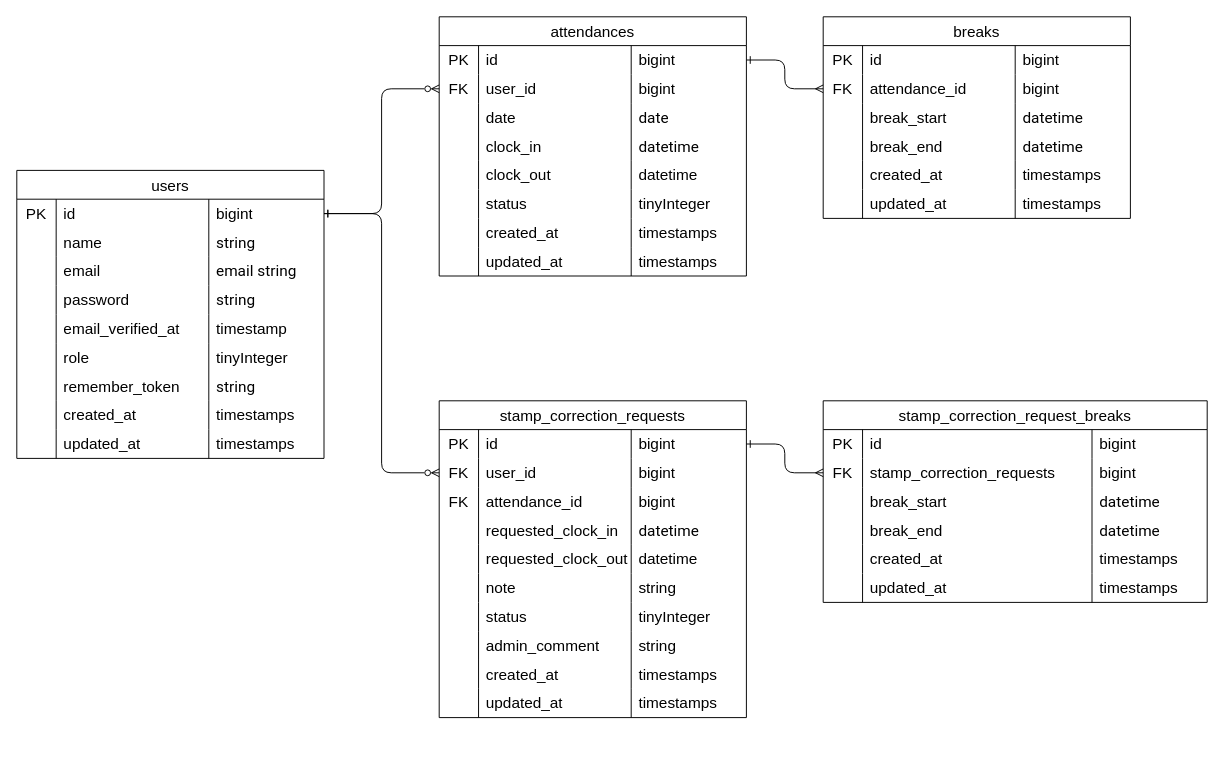
Above: .dio in sub-law/mock-project-02-mock-check (draw.io), before the change. Source tidied: cells renumbered, new cells numbered last; positions are measured from the earlier drawing's top-left corner, leaving out a move shared by most shapes. Both pictures are drawn from the tidied source at 96%, with x=0, y=0 at pixel (16, 16).
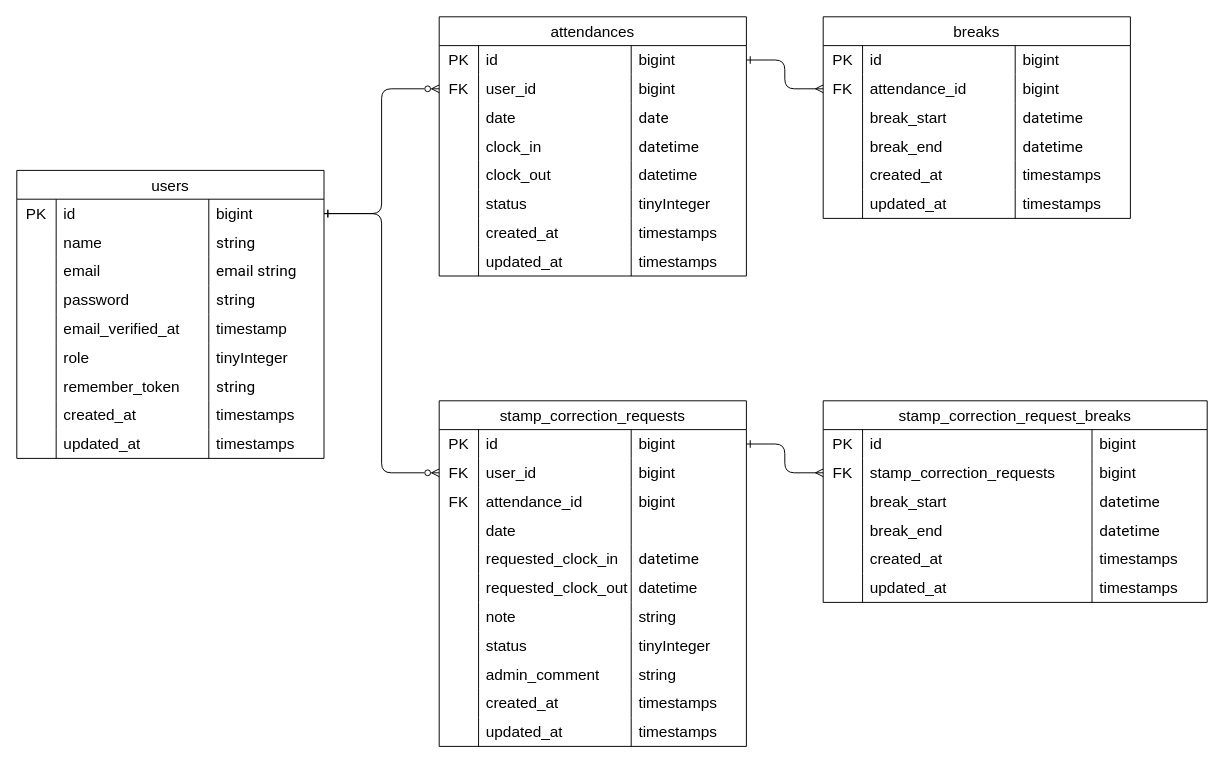
The same page after the edit.

What changed in the source:
```diff
@@
     <mxCell id="72" value="stamp_correction_requests" style="shape=table;startSize=30;childLayout=tableLayout;rowLines=0;fontStyle=0;strokeColor=default;fontSize=16;" parent="1" vertex="1">
-      <mxGeometry x="440" y="400" width="320" height="330" as="geometry" />
+      <mxGeometry x="440" y="400" width="320" height="360" as="geometry" />
     </mxCell>
@@
+    <mxCell id="167" style="shape=tableRow;horizontal=0;startSize=0;swimlaneHead=0;swimlaneBody=0;top=0;left=0;bottom=0;right=0;fillColor=none;strokeColor=inherit;fontSize=16;" parent="72" vertex="1">
+      <mxGeometry y="120" width="320" height="30" as="geometry" />
+    </mxCell>
+    <mxCell id="168" style="shape=partialRectangle;html=1;whiteSpace=wrap;fillColor=none;top=0;left=0;bottom=0;right=0;overflow=hidden;strokeColor=inherit;fontSize=16;" parent="167" vertex="1">
+      <mxGeometry width="41" height="30" as="geometry" />
+    </mxCell>
+    <mxCell id="169" value="&lt;span style=&quot;color: rgb(0, 0, 0);&quot;&gt;date&lt;/span&gt;" style="shape=partialRectangle;html=1;whiteSpace=wrap;fillColor=none;top=0;left=0;bottom=0;right=0;align=left;spacingLeft=6;overflow=hidden;strokeColor=inherit;fontSize=16;" parent="167" vertex="1">
+      <mxGeometry x="41" width="159" height="30" as="geometry" />
+    </mxCell>
+    <mxCell id="170" style="shape=partialRectangle;html=1;whiteSpace=wrap;fillColor=none;top=0;left=0;bottom=0;right=0;align=left;spacingLeft=6;overflow=hidden;strokeColor=inherit;fontSize=16;" parent="167" vertex="1">
+      <mxGeometry x="200" width="120" height="30" as="geometry" />
+    </mxCell>
     <mxCell id="85" style="shape=tableRow;horizontal=0;startSize=0;swimlaneHead=0;swimlaneBody=0;top=0;left=0;bottom=0;right=0;fillColor=none;strokeColor=inherit;fontSize=16;" parent="72" vertex="1">
-      <mxGeometry y="120" width="320" height="30" as="geometry" />
+      <mxGeometry y="150" width="320" height="30" as="geometry" />
     </mxCell>
@@
     <mxCell id="89" style="shape=tableRow;horizontal=0;startSize=0;swimlaneHead=0;swimlaneBody=0;top=0;left=0;bottom=0;right=0;fillColor=none;strokeColor=inherit;fontSize=16;" parent="72" vertex="1">
-      <mxGeometry y="150" width="320" height="30" as="geometry" />
+      <mxGeometry y="180" width="320" height="30" as="geometry" />
     </mxCell>
@@
     <mxCell id="93" style="shape=tableRow;horizontal=0;startSize=0;swimlaneHead=0;swimlaneBody=0;top=0;left=0;bottom=0;right=0;fillColor=none;strokeColor=inherit;fontSize=16;" parent="72" vertex="1">
-      <mxGeometry y="180" width="320" height="30" as="geometry" />
+      <mxGeometry y="210" width="320" height="30" as="geometry" />
     </mxCell>
@@
     <mxCell id="97" style="shape=tableRow;horizontal=0;startSize=0;swimlaneHead=0;swimlaneBody=0;top=0;left=0;bottom=0;right=0;fillColor=none;strokeColor=inherit;fontSize=16;" parent="72" vertex="1">
-      <mxGeometry y="210" width="320" height="30" as="geometry" />
+      <mxGeometry y="240" width="320" height="30" as="geometry" />
     </mxCell>
@@
     <mxCell id="101" style="shape=tableRow;horizontal=0;startSize=0;swimlaneHead=0;swimlaneBody=0;top=0;left=0;bottom=0;right=0;fillColor=none;strokeColor=inherit;fontSize=16;" parent="72" vertex="1">
-      <mxGeometry y="240" width="320" height="30" as="geometry" />
+      <mxGeometry y="270" width="320" height="30" as="geometry" />
     </mxCell>
@@
     <mxCell id="105" style="shape=tableRow;horizontal=0;startSize=0;swimlaneHead=0;swimlaneBody=0;top=0;left=0;bottom=0;right=0;fillColor=none;strokeColor=inherit;fontSize=16;" parent="72" vertex="1">
-      <mxGeometry y="270" width="320" height="30" as="geometry" />
+      <mxGeometry y="300" width="320" height="30" as="geometry" />
     </mxCell>
@@
     <mxCell id="109" style="shape=tableRow;horizontal=0;startSize=0;swimlaneHead=0;swimlaneBody=0;top=0;left=0;bottom=0;right=0;fillColor=none;strokeColor=inherit;fontSize=16;" parent="72" vertex="1">
-      <mxGeometry y="300" width="320" height="30" as="geometry" />
+      <mxGeometry y="330" width="320" height="30" as="geometry" />
     </mxCell>
```
